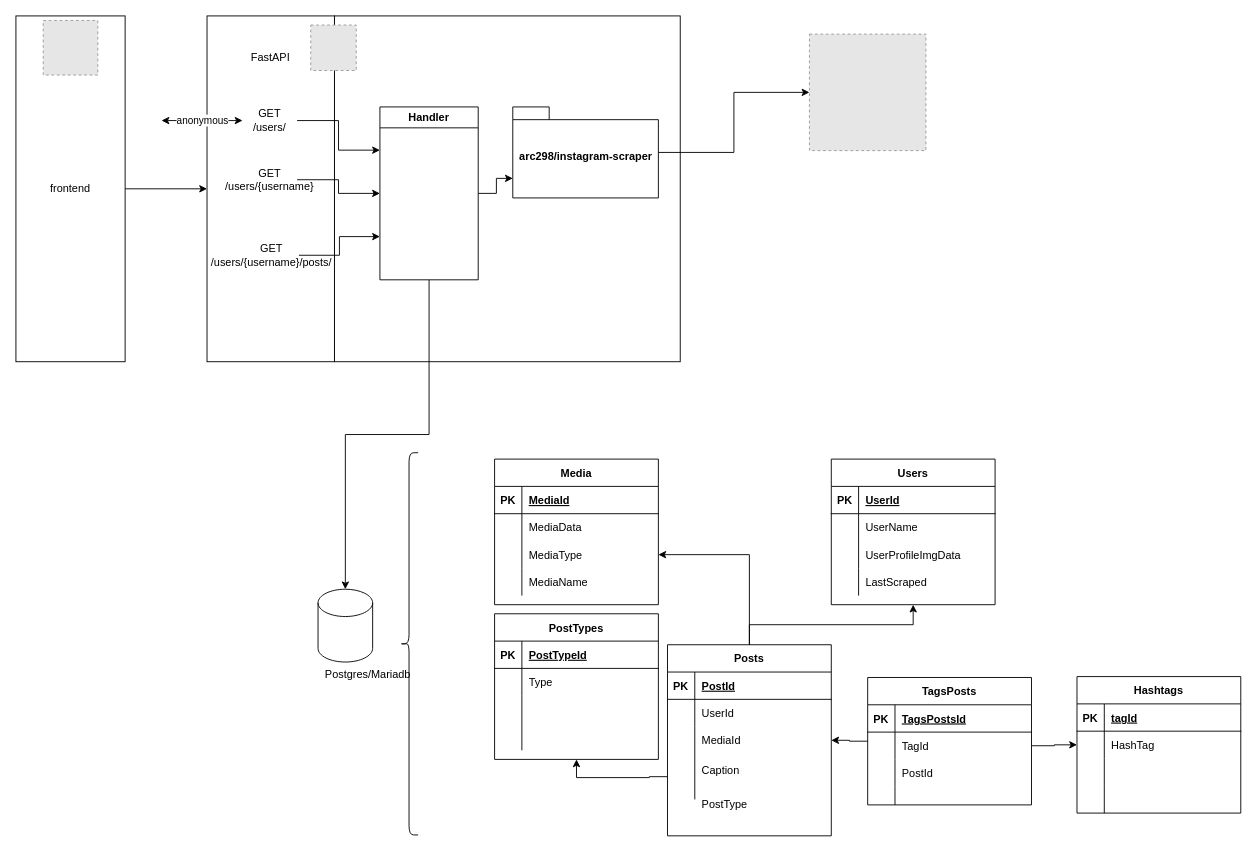
Above: draw.io/Localize_insta.drawio in arizon-dread/Localize-insta (draw.io), before the change. Source tidied: cells renumbered, new cells numbered last; positions are measured from the earlier drawing's top-left corner, leaving out a move shared by most shapes. Both pictures are drawn from the tidied source at 91%, with x=0, y=0 at pixel (15, 15). Pictures stored in the file or linked from it are replaced by grey dashed boxes.
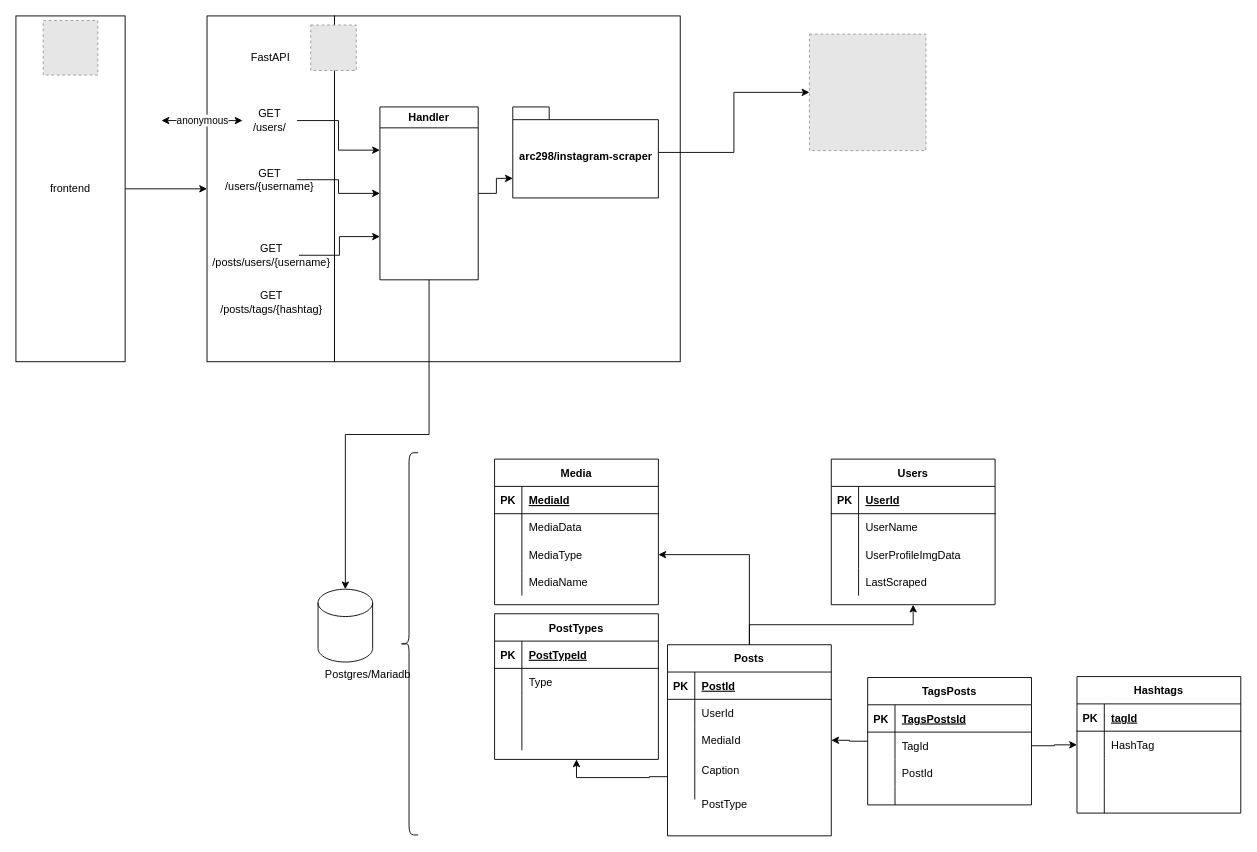
After the change.

The edit, as a diff of the source:
```diff
@@
-    <mxCell id="99" value="GET&lt;br&gt;/users/{username}/posts/" style="text;html=1;strokeColor=none;fillColor=none;align=center;verticalAlign=middle;whiteSpace=wrap;rounded=0;" parent="1" vertex="1">
+    <mxCell id="99" value="GET&lt;br&gt;/posts/users/{username}" style="text;html=1;strokeColor=none;fillColor=none;align=center;verticalAlign=middle;whiteSpace=wrap;rounded=0;" parent="1" vertex="1">
       <mxGeometry x="251" y="248" width="60" height="30" as="geometry" />
     </mxCell>
@@
+    <mxCell id="109" value="GET&lt;br&gt;/posts/tags/{hashtag}" style="text;html=1;strokeColor=none;fillColor=none;align=center;verticalAlign=middle;whiteSpace=wrap;rounded=0;" parent="1" vertex="1">
+      <mxGeometry x="251" y="300" width="60" height="30" as="geometry" />
+    </mxCell>
```
